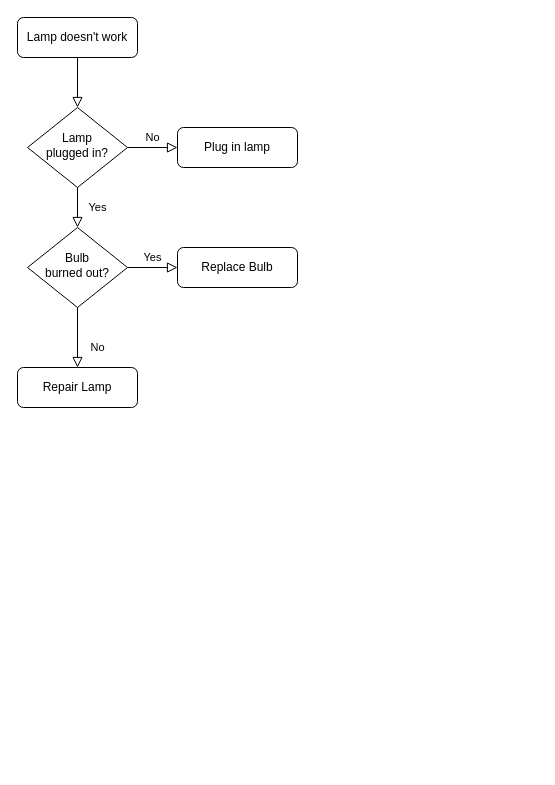
Earlier version of the draw.io diagram 未命名绘图.drawio (sjh724/draw.io). Source tidied: cells renumbered, new cells numbered last; positions are measured from the earlier drawing's top-left corner, leaving out a move shared by most shapes. Both pictures are drawn from the tidied source at 100%, with x=0, y=0 at pixel (17, 17).
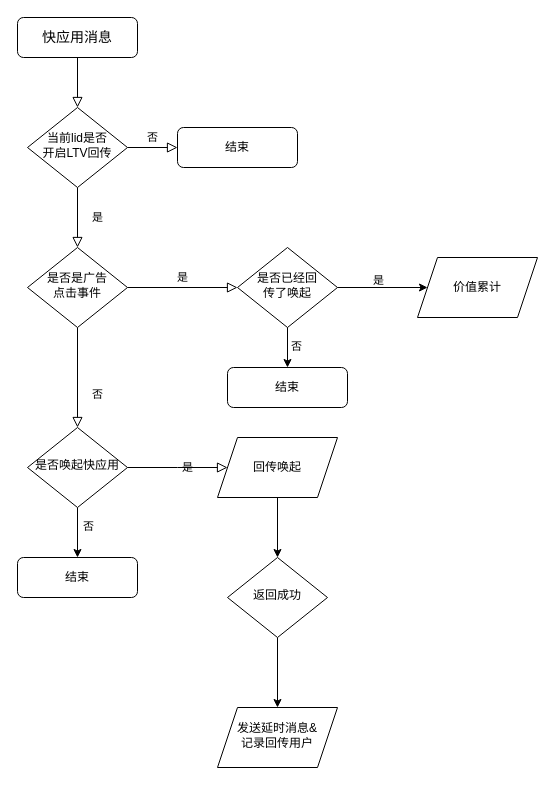
After the change.

Commit message:
更新未命名绘图.drawio

The edit, as a diff of the source:
```diff
@@
-    <mxCell id="3" value="Lamp doesn't work" style="rounded=1;whiteSpace=wrap;html=1;fontSize=12;glass=0;strokeWidth=1;shadow=0;" parent="1" vertex="1">
+    <mxCell id="3" value="&lt;font style=&quot;font-size: 14px;&quot;&gt;快应用消息&lt;/font&gt;" style="rounded=1;whiteSpace=wrap;html=1;fontSize=12;glass=0;strokeWidth=1;shadow=0;" parent="1" vertex="1">
       <mxGeometry width="120" height="40" as="geometry" />
     </mxCell>
-    <mxCell id="4" value="Yes" style="rounded=0;html=1;jettySize=auto;fontSize=11;endArrow=block;endFill=0;endSize=8;strokeWidth=1;shadow=0;labelBackgroundColor=none;edgeStyle=orthogonalEdgeStyle;" parent="1" edge="1" source="6" target="10">
+    <mxCell id="4" value="是" style="rounded=0;html=1;jettySize=auto;fontSize=11;endArrow=block;endFill=0;endSize=8;strokeWidth=1;shadow=0;labelBackgroundColor=none;edgeStyle=orthogonalEdgeStyle;" parent="1" edge="1" source="6" target="10">
       <mxGeometry y="20" relative="1" as="geometry" />
     </mxCell>
-    <mxCell id="5" value="No" style="edgeStyle=orthogonalEdgeStyle;rounded=0;html=1;jettySize=auto;fontSize=11;endArrow=block;endFill=0;endSize=8;strokeWidth=1;shadow=0;labelBackgroundColor=none;" parent="1" edge="1" source="6" target="7">
+    <mxCell id="5" value="否" style="edgeStyle=orthogonalEdgeStyle;rounded=0;html=1;jettySize=auto;fontSize=11;endArrow=block;endFill=0;endSize=8;strokeWidth=1;shadow=0;labelBackgroundColor=none;" parent="1" edge="1" source="6" target="7">
       <mxGeometry y="10" relative="1" as="geometry" />
     </mxCell>
-    <mxCell id="6" value="Lamp&lt;br&gt;plugged in?" style="rhombus;whiteSpace=wrap;html=1;shadow=0;fontFamily=Helvetica;fontSize=12;align=center;strokeWidth=1;spacing=6;spacingTop=-4;" parent="1" vertex="1">
+    <mxCell id="6" value="当前lid是否&lt;div&gt;开启LTV回传&lt;/div&gt;" style="rhombus;whiteSpace=wrap;html=1;shadow=0;fontFamily=Helvetica;fontSize=12;align=center;strokeWidth=1;spacing=6;spacingTop=-4;" parent="1" vertex="1">
       <mxGeometry x="10" y="90" width="100" height="80" as="geometry" />
     </mxCell>
-    <mxCell id="7" value="Plug in lamp" style="rounded=1;whiteSpace=wrap;html=1;fontSize=12;glass=0;strokeWidth=1;shadow=0;" parent="1" vertex="1">
+    <mxCell id="7" value="结束" style="rounded=1;whiteSpace=wrap;html=1;fontSize=12;glass=0;strokeWidth=1;shadow=0;" parent="1" vertex="1">
       <mxGeometry x="160" y="110" width="120" height="40" as="geometry" />
     </mxCell>
-    <mxCell id="8" value="No" style="rounded=0;html=1;jettySize=auto;fontSize=11;endArrow=block;endFill=0;endSize=8;strokeWidth=1;shadow=0;labelBackgroundColor=none;edgeStyle=orthogonalEdgeStyle;" parent="1" edge="1" source="10" target="11">
+    <mxCell id="8" value="否" style="rounded=0;html=1;jettySize=auto;fontSize=11;endArrow=block;endFill=0;endSize=8;strokeWidth=1;shadow=0;labelBackgroundColor=none;edgeStyle=orthogonalEdgeStyle;entryX=0.5;entryY=0;entryDx=0;entryDy=0;" parent="1" edge="1" source="10" target="21">
       <mxGeometry x="0.33" y="20" relative="1" as="geometry" />
     </mxCell>
-    <mxCell id="9" value="Yes" style="edgeStyle=orthogonalEdgeStyle;rounded=0;html=1;jettySize=auto;fontSize=11;endArrow=block;endFill=0;endSize=8;strokeWidth=1;shadow=0;labelBackgroundColor=none;" parent="1" edge="1" source="10" target="12">
+    <mxCell id="9" value="是" style="edgeStyle=orthogonalEdgeStyle;rounded=0;html=1;jettySize=auto;fontSize=11;endArrow=block;endFill=0;endSize=8;strokeWidth=1;shadow=0;labelBackgroundColor=none;entryX=0;entryY=0.5;entryDx=0;entryDy=0;" parent="1" edge="1" source="10" target="13">
       <mxGeometry y="10" relative="1" as="geometry" />
     </mxCell>
-    <mxCell id="10" value="Bulb&lt;br&gt;burned out?" style="rhombus;whiteSpace=wrap;html=1;shadow=0;fontFamily=Helvetica;fontSize=12;align=center;strokeWidth=1;spacing=6;spacingTop=-4;" parent="1" vertex="1">
-      <mxGeometry x="10" y="210" width="100" height="80" as="geometry" />
+    <mxCell id="10" value="是否是广告&lt;div&gt;点击事件&lt;/div&gt;" style="rhombus;whiteSpace=wrap;html=1;shadow=0;fontFamily=Helvetica;fontSize=12;align=center;strokeWidth=1;spacing=6;spacingTop=-4;" parent="1" vertex="1">
+      <mxGeometry x="10" y="230" width="100" height="80" as="geometry" />
     </mxCell>
-    <mxCell id="11" value="Repair Lamp" style="rounded=1;whiteSpace=wrap;html=1;fontSize=12;glass=0;strokeWidth=1;shadow=0;" parent="1" vertex="1">
-      <mxGeometry y="350" width="120" height="40" as="geometry" />
-    </mxCell>
-    <mxCell id="12" value="Replace Bulb" style="rounded=1;whiteSpace=wrap;html=1;fontSize=12;glass=0;strokeWidth=1;shadow=0;" parent="1" vertex="1">
-      <mxGeometry x="160" y="230" width="120" height="40" as="geometry" />
+    <mxCell id="12" value="结束" style="rounded=1;whiteSpace=wrap;html=1;fontSize=12;glass=0;strokeWidth=1;shadow=0;" parent="1" vertex="1">
+      <mxGeometry x="210" y="350" width="120" height="40" as="geometry" />
     </mxCell>
+    <mxCell id="13" value="是否已经回&lt;div&gt;传了唤起&lt;/div&gt;" style="rhombus;whiteSpace=wrap;html=1;shadow=0;fontFamily=Helvetica;fontSize=12;align=center;strokeWidth=1;spacing=6;spacingTop=-4;" parent="1" vertex="1">
+      <mxGeometry x="220" y="230" width="100" height="80" as="geometry" />
+    </mxCell>
+    <mxCell id="14" style="endArrow=classic;html=1;rounded=0;exitX=1;exitY=0.5;exitDx=0;exitDy=0;" parent="1" edge="1" source="13">
+      <mxGeometry relative="1" as="geometry">
+        <mxPoint x="410" y="270" as="targetPoint" />
+      </mxGeometry>
+    </mxCell>
+    <mxCell id="15" value="是" style="edgeLabel;html=1;align=center;verticalAlign=middle;" parent="14" vertex="1">
+      <mxGeometry x="-0.11" y="8" relative="1" as="geometry" />
+    </mxCell>
+    <mxCell id="16" style="endArrow=classic;html=1;rounded=0;exitX=0.5;exitY=1;exitDx=0;exitDy=0;entryX=0.5;entryY=0;entryDx=0;entryDy=0;" parent="1" edge="1" source="13" target="12">
+      <mxGeometry relative="1" as="geometry" />
+    </mxCell>
+    <mxCell id="17" value="否" style="edgeLabel;html=1;align=center;verticalAlign=middle;" parent="16" vertex="1">
+      <mxGeometry x="-0.11" y="8" relative="1" as="geometry" />
+    </mxCell>
+    <mxCell id="18" value="价值累计" style="shape=parallelogram;perimeter=parallelogramPerimeter;whiteSpace=wrap;html=1;fixedSize=1;" parent="1" vertex="1">
+      <mxGeometry x="400" y="240" width="120" height="60" as="geometry" />
+    </mxCell>
+    <mxCell id="19" style="edgeStyle=orthogonalEdgeStyle;rounded=0;jettySize=auto;html=1;" parent="1" edge="1" source="21" target="28">
+      <mxGeometry relative="1" as="geometry" />
+    </mxCell>
+    <mxCell id="20" value="否" style="edgeLabel;html=1;align=center;verticalAlign=middle;" parent="19" vertex="1">
+      <mxGeometry x="-0.28" y="2" relative="1" as="geometry">
+        <mxPoint x="8" as="offset" />
+      </mxGeometry>
+    </mxCell>
+    <mxCell id="21" value="是否唤起快应用" style="rhombus;whiteSpace=wrap;html=1;shadow=0;fontFamily=Helvetica;fontSize=12;align=center;strokeWidth=1;spacing=6;spacingTop=-4;" parent="1" vertex="1">
+      <mxGeometry x="10" y="410" width="100" height="80" as="geometry" />
+    </mxCell>
+    <mxCell id="22" value="是" style="edgeStyle=orthogonalEdgeStyle;rounded=0;html=1;jettySize=auto;fontSize=11;endArrow=block;endFill=0;endSize=8;strokeWidth=1;shadow=0;labelBackgroundColor=none;exitX=1;exitY=0.5;exitDx=0;exitDy=0;" parent="1" edge="1" source="21">
+      <mxGeometry y="10" relative="1" as="geometry">
+        <mxPoint x="210" y="450" as="targetPoint" />
+      </mxGeometry>
+    </mxCell>
+    <mxCell id="23" style="edgeStyle=orthogonalEdgeStyle;rounded=0;jettySize=auto;html=1;" parent="1" edge="1" source="24" target="26">
+      <mxGeometry relative="1" as="geometry" />
+    </mxCell>
+    <mxCell id="24" value="回传唤起" style="shape=parallelogram;perimeter=parallelogramPerimeter;whiteSpace=wrap;html=1;fixedSize=1;" parent="1" vertex="1">
+      <mxGeometry x="200" y="420" width="120" height="60" as="geometry" />
+    </mxCell>
+    <mxCell id="25" style="edgeStyle=orthogonalEdgeStyle;rounded=0;jettySize=auto;html=1;" parent="1" edge="1" source="26" target="27">
+      <mxGeometry relative="1" as="geometry" />
+    </mxCell>
+    <mxCell id="26" value="返回成功" style="rhombus;whiteSpace=wrap;html=1;shadow=0;fontFamily=Helvetica;fontSize=12;align=center;strokeWidth=1;spacing=6;spacingTop=-4;" parent="1" vertex="1">
+      <mxGeometry x="210" y="540" width="100" height="80" as="geometry" />
+    </mxCell>
+    <mxCell id="27" value="发送延时消息&amp;amp;&lt;br&gt;记录回传用户" style="shape=parallelogram;perimeter=parallelogramPerimeter;whiteSpace=wrap;html=1;fixedSize=1;shadow=0;strokeWidth=1;spacing=6;spacingTop=-4;" parent="1" vertex="1">
+      <mxGeometry x="200" y="690" width="120" height="60" as="geometry" />
+    </mxCell>
+    <mxCell id="28" value="结束" style="rounded=1;whiteSpace=wrap;html=1;fontSize=12;glass=0;strokeWidth=1;shadow=0;" parent="1" vertex="1">
+      <mxGeometry y="540" width="120" height="40" as="geometry" />
+    </mxCell>
```
